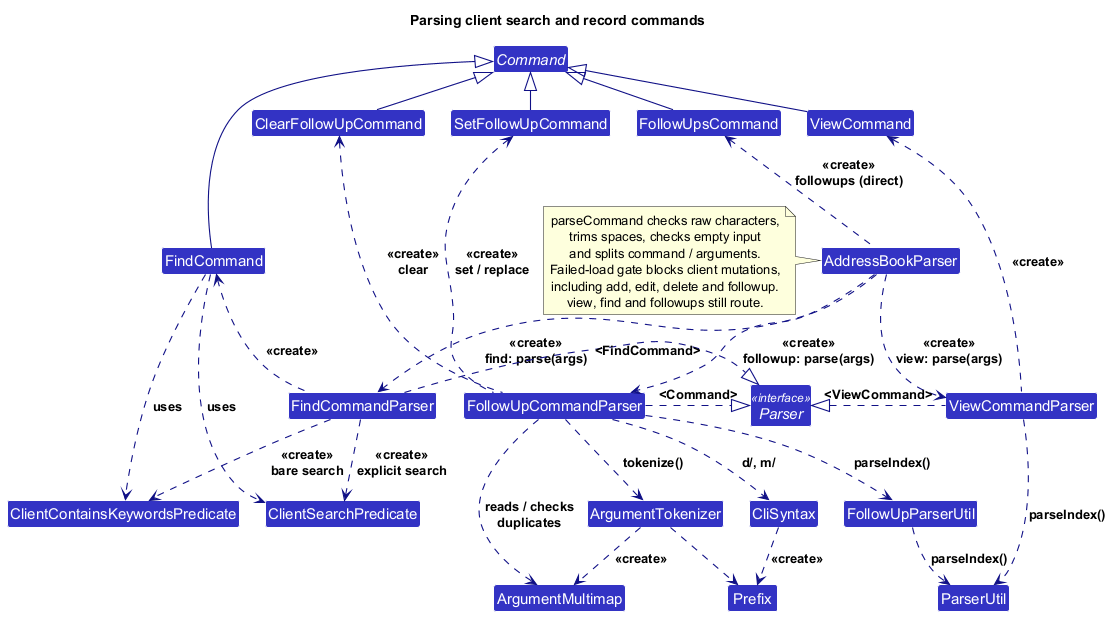
Above: docs/images/ParserClasses.png in AY2627S1-CS2103T-W13-3/tp (PlantUML), before the change.
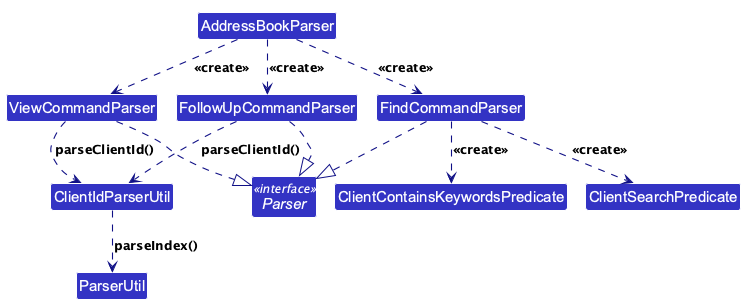
The same diagram one commit later.

Change to the diagram source:
```diff
@@ -1,77 +1,29 @@
 @startuml
+!pragma layout smetana
 !include style.puml
 skinparam arrowThickness 1.1
 skinparam arrowColor LOGIC_COLOR_T4
 skinparam classBackgroundColor LOGIC_COLOR
-skinparam nodesep 25
-skinparam ranksep 35
 
-title Parsing client search and record commands
+class AddressBookParser
+interface Parser <<interface>>
+class FollowUpCommandParser
+class ViewCommandParser
+class FindCommandParser
+class ClientIdParserUtil
+class ParserUtil
+class ClientContainsKeywordsPredicate
+class ClientSearchPredicate
 
-Class AddressBookParser
-Interface Parser <<interface>>
-Class FollowUpCommandParser
-Class ViewCommandParser
-Class FindCommandParser
-Class FollowUpParserUtil
-Class ParserUtil
-Class ArgumentTokenizer
-Class ArgumentMultimap
-Class CliSyntax
-Class Prefix
-
-abstract class Command
-Class SetFollowUpCommand
-Class ClearFollowUpCommand
-Class ViewCommand
-Class FindCommand
-Class FollowUpsCommand
-Class ClientContainsKeywordsPredicate
-Class ClientSearchPredicate
-
-ClearFollowUpCommand -[hidden]right-> SetFollowUpCommand
-SetFollowUpCommand -[hidden]right-> FollowUpsCommand
-FollowUpsCommand -[hidden]right-> ViewCommand
-
-AddressBookParser .down.> FollowUpCommandParser : <<create>>\nfollowup: parse(args)
-AddressBookParser .down.> ViewCommandParser : <<create>>\nview: parse(args)
-AddressBookParser .down.> FindCommandParser : <<create>>\nfind: parse(args)
-FollowUpCommandParser .right.|> Parser : <Command>
-ViewCommandParser .left.|> Parser : <ViewCommand>
-FindCommandParser .right.|> Parser : <FindCommand>
-
-FollowUpCommandParser .up.> SetFollowUpCommand : <<create>>\nset / replace
-FollowUpCommandParser .up.> ClearFollowUpCommand : <<create>>\nclear
-ViewCommandParser .up.> ViewCommand : <<create>>
-FindCommandParser .up.> FindCommand : <<create>>
-AddressBookParser .up.> FollowUpsCommand : <<create>>\nfollowups (direct)
-SetFollowUpCommand -up-|> Command
-ClearFollowUpCommand -up-|> Command
-ViewCommand -up-|> Command
-FindCommand -up-|> Command
-FollowUpsCommand -up-|> Command
-
-FollowUpCommandParser .down.> FollowUpParserUtil : parseIndex()
-FollowUpParserUtil .down.> ParserUtil : parseIndex()
-ViewCommandParser .down.> ParserUtil : parseIndex()
-FindCommandParser .down.> ClientContainsKeywordsPredicate : <<create>>\nbare search
-FindCommandParser .down.> ClientSearchPredicate : <<create>>\nexplicit search
-FindCommand .down.> ClientContainsKeywordsPredicate : uses
-FindCommand .down.> ClientSearchPredicate : uses
-FollowUpCommandParser .down.> ArgumentTokenizer : tokenize()
-FollowUpCommandParser .down.> ArgumentMultimap : reads / checks\nduplicates
-ArgumentTokenizer .down.> ArgumentMultimap : <<create>>
-FollowUpCommandParser .down.> CliSyntax : d/, m/
-CliSyntax .down.> Prefix : <<create>>
-ArgumentTokenizer .down.> Prefix
-
-note left of AddressBookParser
-  parseCommand checks raw characters,
-  trims spaces, checks empty input
-  and splits command / arguments.
-  Failed-load gate blocks client mutations,
-  including add, edit, delete and followup.
-  view, find and followups still route.
-end note
-
+AddressBookParser ..> FollowUpCommandParser : <<create>>
+AddressBookParser ..> ViewCommandParser : <<create>>
+AddressBookParser ..> FindCommandParser : <<create>>
+FollowUpCommandParser ..|> Parser
+ViewCommandParser ..|> Parser
+FindCommandParser ..|> Parser
+FollowUpCommandParser ..> ClientIdParserUtil : parseClientId()
+ViewCommandParser ..> ClientIdParserUtil : parseClientId()
+ClientIdParserUtil ..> ParserUtil : parseIndex()
+FindCommandParser ..> ClientContainsKeywordsPredicate : <<create>>
+FindCommandParser ..> ClientSearchPredicate : <<create>>
 @enduml
```
